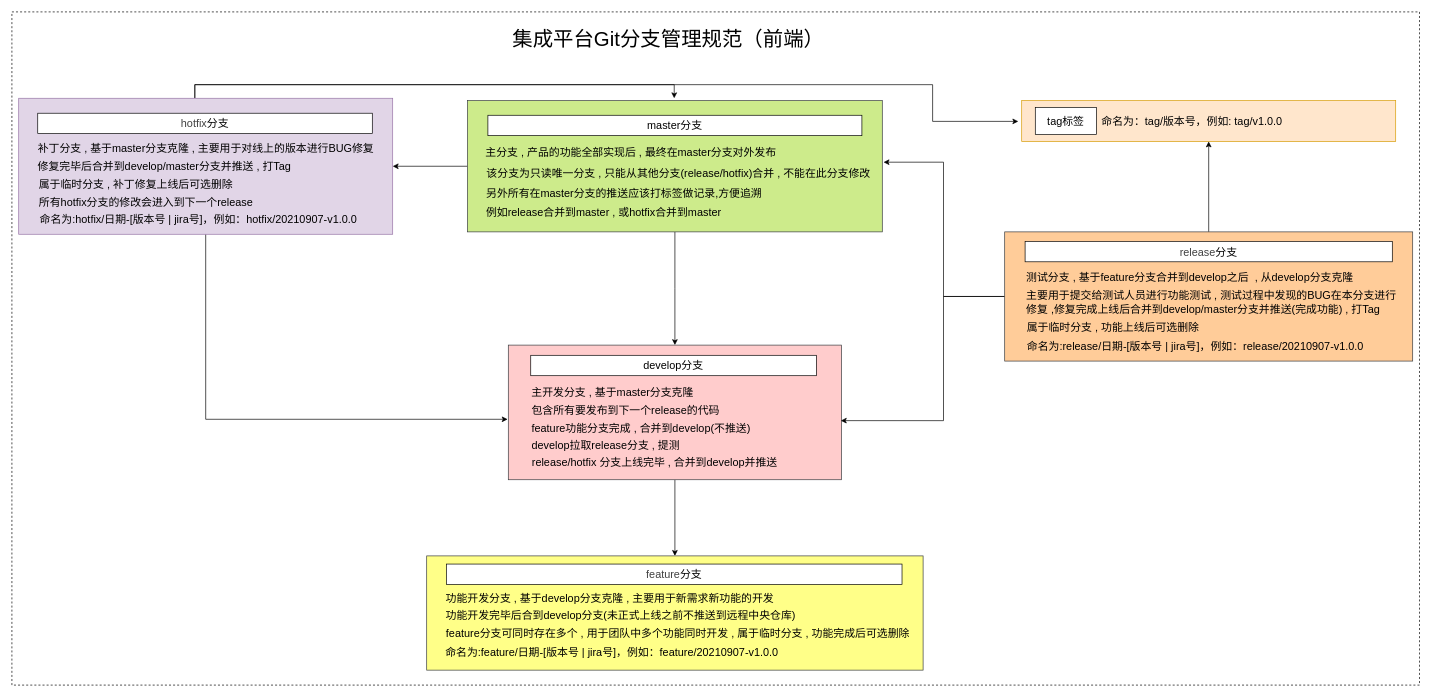
Above: page "git-flow 的副本" (8 of 8) of 未命名绘图.drawio in magicgaorui/- (draw.io), before the change. Source tidied: cells renumbered, new cells numbered last; positions are measured from the earlier drawing's top-left corner, leaving out a move shared by most shapes. Both pictures are drawn from the tidied source at 68%, with x=0, y=0 at pixel (12, 12).
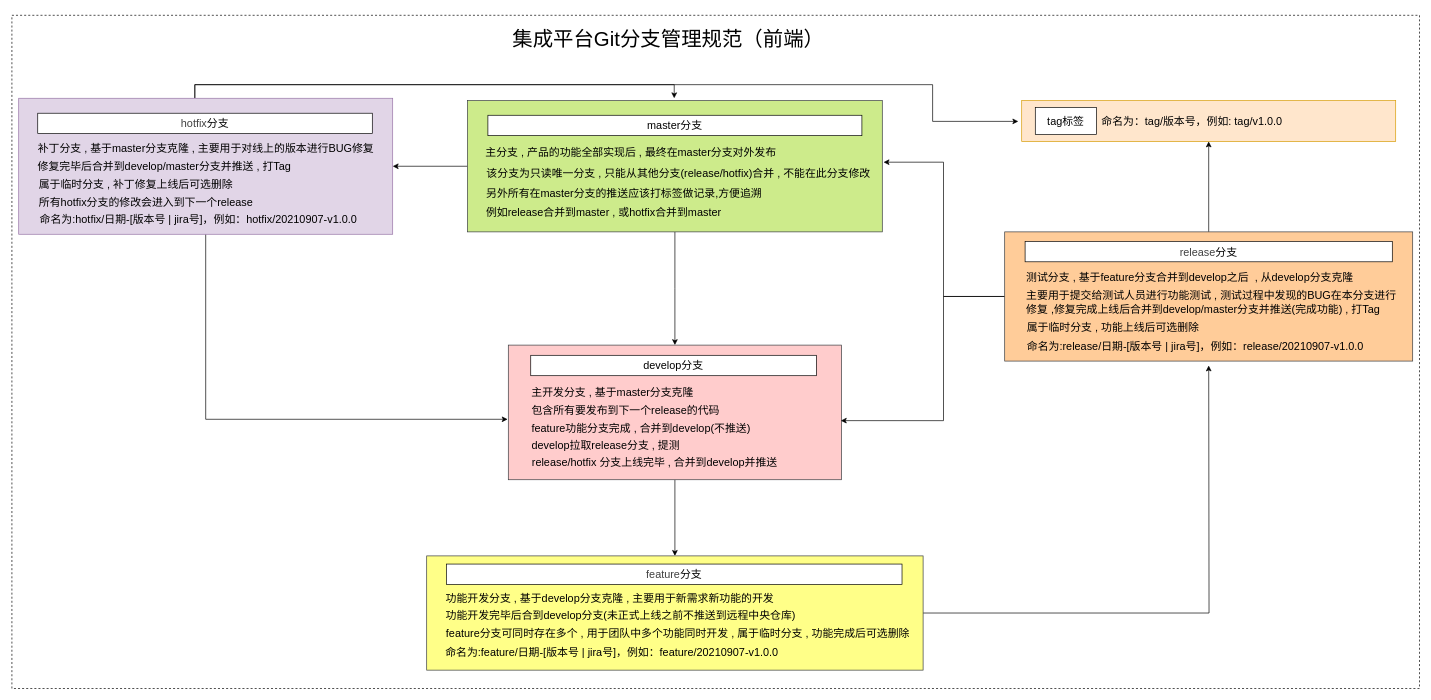
After the change.

Unchanged cells that the change refers to:
```xml
<mxCell id="10" style="rounded=0;whiteSpace=wrap;html=1;fontSize=16;verticalAlign=middle;spacing=2;fillColor=#ffff88;strokeColor=#36393d;" parent="1" vertex="1">
  <mxGeometry x="610" y="800" width="730" height="168" as="geometry" />
</mxCell>
```

Diff of the diagram source:
```diff
@@
+    <mxCell id="49" style="edgeStyle=orthogonalEdgeStyle;rounded=0;jettySize=auto;html=1;exitX=1;exitY=0.5;exitDx=0;exitDy=0;" parent="1" edge="1" source="10">
+      <mxGeometry relative="1" as="geometry">
+        <mxPoint x="1760" y="520" as="targetPoint" />
+      </mxGeometry>
+    </mxCell>
@@
     <mxCell id="48" style="rounded=0;whiteSpace=wrap;html=1;dashed=1;fontSize=30;fillColor=none;align=left;verticalAlign=middle;" parent="1" vertex="1">
-      <mxGeometry width="2070" height="990" as="geometry" />
+      <mxGeometry y="5" width="2070" height="990" as="geometry" />
     </mxCell>
```
